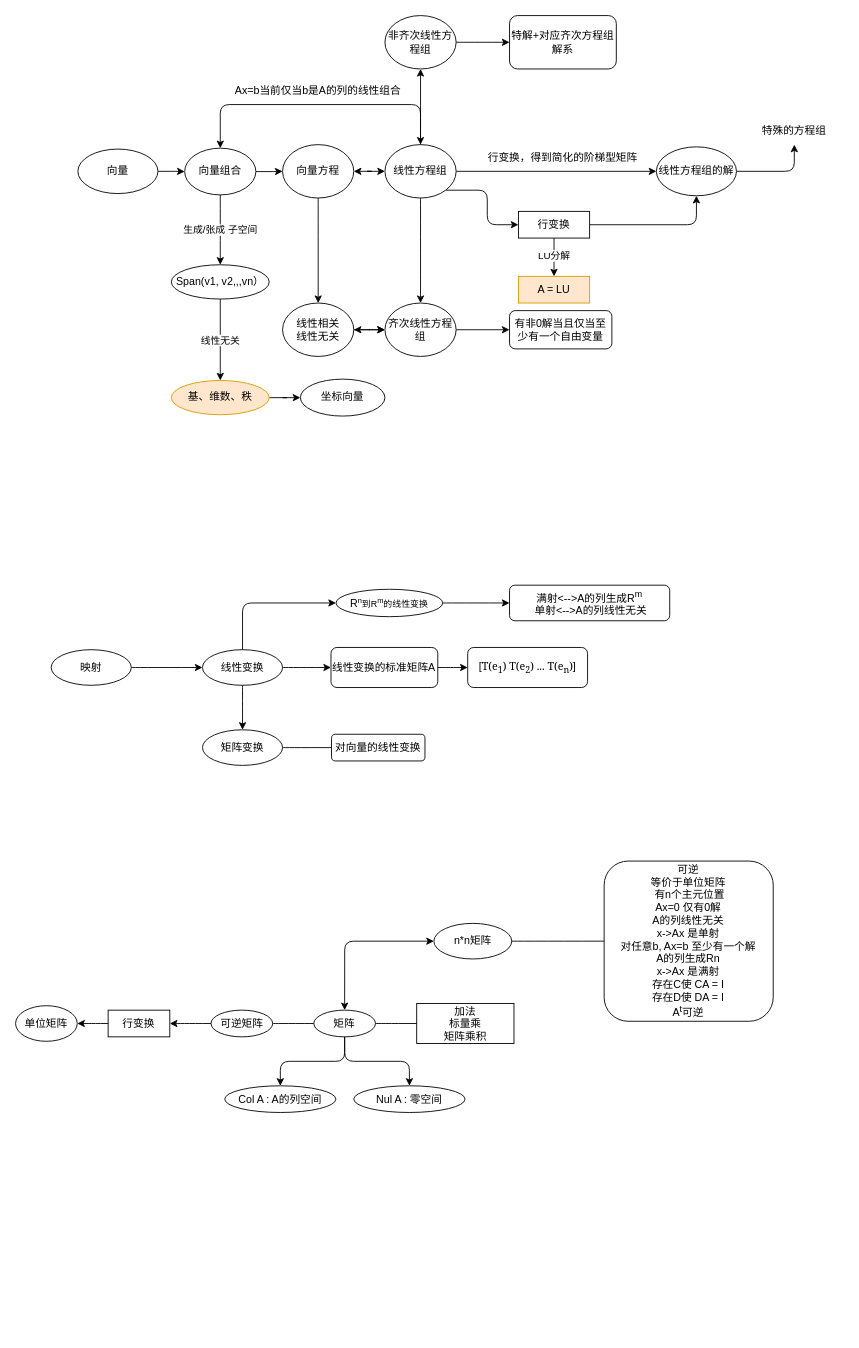
Earlier version of the draw.io diagram 线性代数.drawio (haithink/diagrams). Source tidied: cells renumbered, new cells numbered last; positions are measured from the earlier drawing's top-left corner, leaving out a move shared by most shapes. Both pictures are drawn from the tidied source at 89%, with x=0, y=0 at pixel (15, 15).
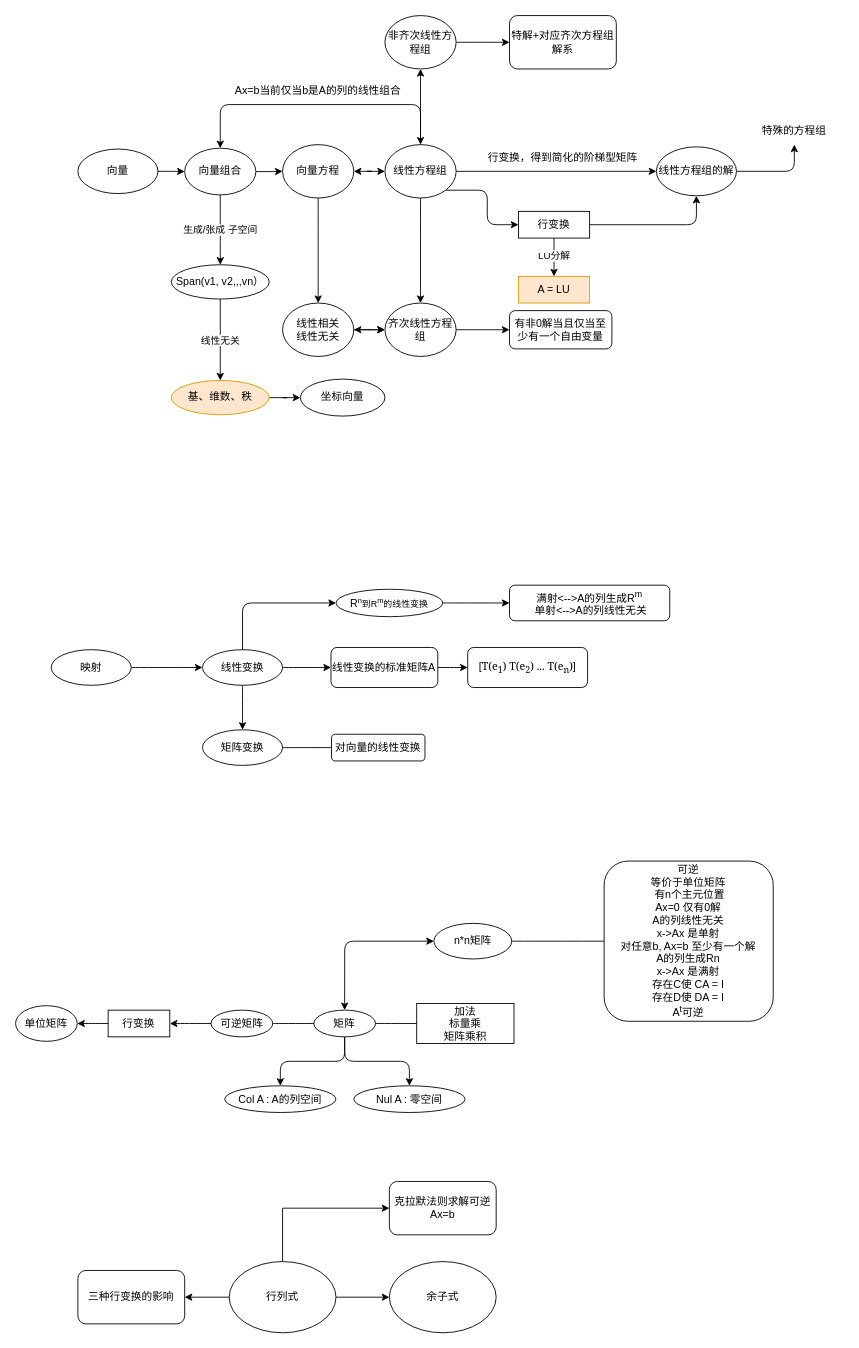
The same page after the edit.

Change to the diagram source:
```diff
@@
+    <mxCell id="76" style="edgeStyle=orthogonalEdgeStyle;rounded=0;jettySize=auto;html=1;" parent="1" edge="1" source="79" target="80">
+      <mxGeometry relative="1" as="geometry" />
+    </mxCell>
+    <mxCell id="77" style="edgeStyle=orthogonalEdgeStyle;rounded=0;jettySize=auto;html=1;exitX=0;exitY=0.5;exitDx=0;exitDy=0;" parent="1" edge="1" source="79" target="81">
+      <mxGeometry relative="1" as="geometry" />
+    </mxCell>
+    <mxCell id="78" style="edgeStyle=orthogonalEdgeStyle;rounded=0;jettySize=auto;html=1;exitX=0.5;exitY=0;exitDx=0;exitDy=0;entryX=0;entryY=0.5;entryDx=0;entryDy=0;" parent="1" edge="1" source="79" target="82">
+      <mxGeometry relative="1" as="geometry" />
+    </mxCell>
+    <mxCell id="79" value="行列式" style="ellipse;whiteSpace=wrap;html=1;" parent="1" vertex="1">
+      <mxGeometry x="240" y="1400" width="120" height="80" as="geometry" />
+    </mxCell>
+    <mxCell id="80" value="余子式" style="ellipse;whiteSpace=wrap;html=1;" parent="1" vertex="1">
+      <mxGeometry x="420" y="1400" width="120" height="80" as="geometry" />
+    </mxCell>
+    <mxCell id="81" value="三种行变换的影响" style="rounded=1;whiteSpace=wrap;html=1;" parent="1" vertex="1">
+      <mxGeometry x="70" y="1410" width="120" height="60" as="geometry" />
+    </mxCell>
+    <mxCell id="82" value="克拉默法则求解可逆Ax=b" style="rounded=1;whiteSpace=wrap;html=1;" parent="1" vertex="1">
+      <mxGeometry x="420" y="1310" width="120" height="60" as="geometry" />
+    </mxCell>
```
